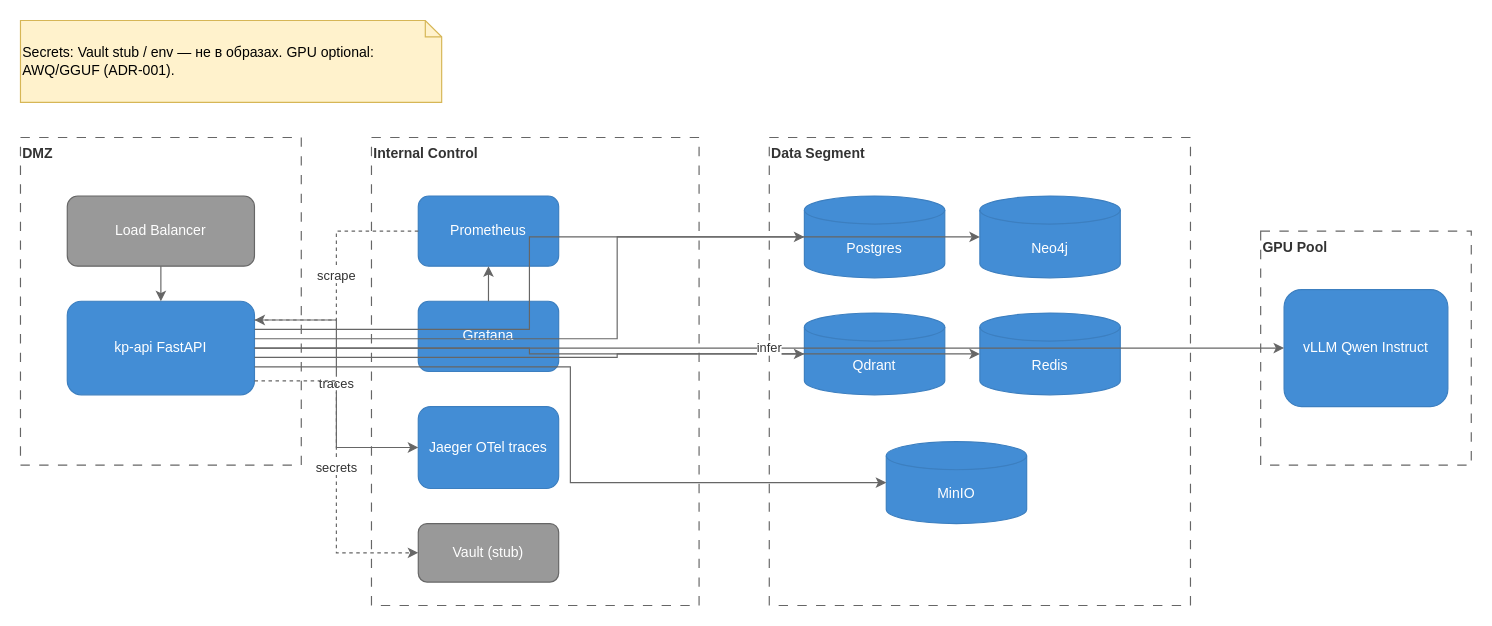
Earlier version of the draw.io diagram diagrams/deployment.drawio (YuesIt17/yuit-docs-ai-architect-platform). Source tidied: cells renumbered, new cells numbered last; positions are measured from the earlier drawing's top-left corner, leaving out a move shared by most shapes. Both pictures are drawn from the tidied source at 117%, with x=0, y=0 at pixel (20, 20).
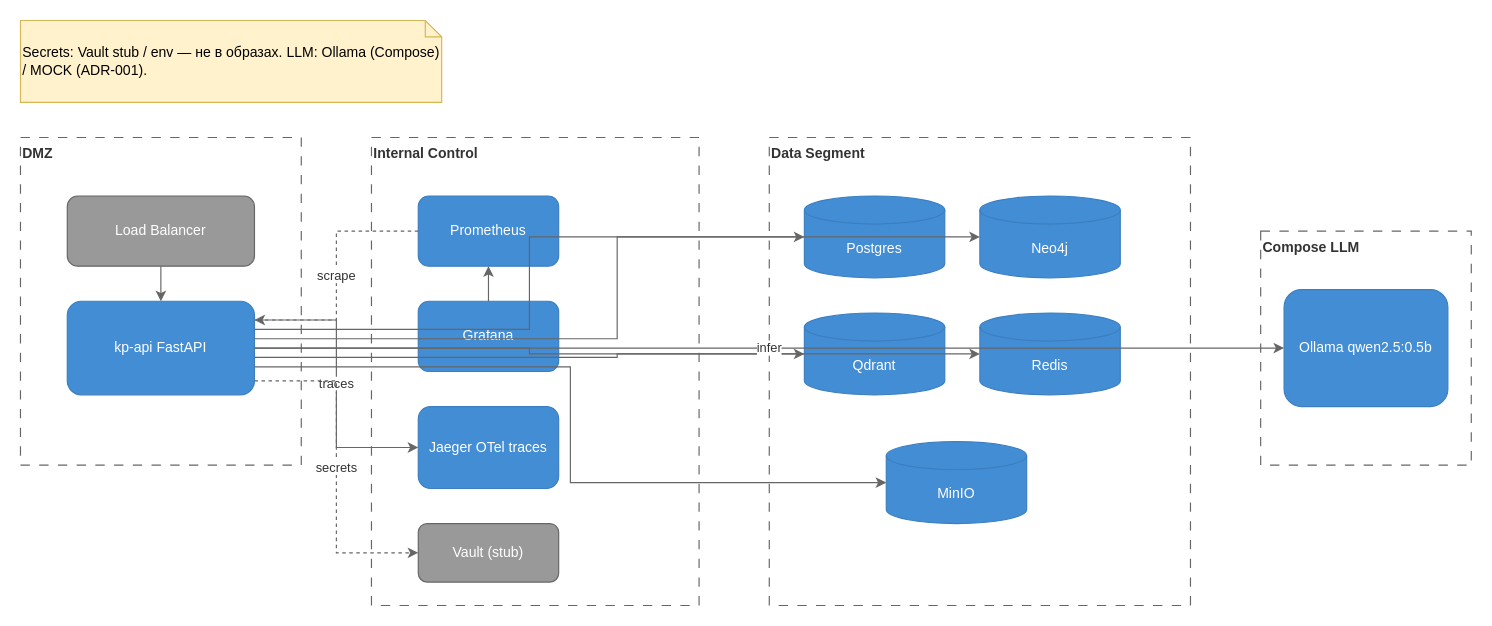
Above is the later version.

Diff of the diagram source:
```diff
@@
-    <mxCell id="2" value="Secrets: Vault stub / env — не в образах.&amp;#10;GPU optional: AWQ/GGUF (ADR-001)." style="shape=note;whiteSpace=wrap;html=1;backgroundOutline=1;fillColor=#fff2cc;strokeColor=#d6b656;size=14;align=left;" parent="1" vertex="1">
+    <mxCell id="2" value="Secrets: Vault stub / env — не в образах.&amp;#10;LLM: Ollama (Compose) / MOCK (ADR-001)." style="shape=note;whiteSpace=wrap;html=1;backgroundOutline=1;fillColor=#fff2cc;strokeColor=#d6b656;size=14;align=left;" parent="1" vertex="1">
       <mxGeometry width="360" height="70" as="geometry" />
     </mxCell>
@@
-    <mxCell id="17" value="GPU Pool" style="rounded=0;whiteSpace=wrap;html=1;dashed=1;dashPattern=8 8;fillColor=none;strokeColor=#666666;align=left;verticalAlign=top;fontStyle=1;fontColor=#333333;" parent="1" vertex="1">
+    <mxCell id="17" value="Compose LLM" style="rounded=0;whiteSpace=wrap;html=1;dashed=1;dashPattern=8 8;fillColor=none;strokeColor=#666666;align=left;verticalAlign=top;fontStyle=1;fontColor=#333333;" parent="1" vertex="1">
       <mxGeometry x="1060" y="180" width="180" height="200" as="geometry" />
     </mxCell>
-    <mxCell id="18" value="vLLM&amp;#10;Qwen Instruct" style="rounded=1;whiteSpace=wrap;html=1;fillColor=#438DD5;strokeColor=#3C7FC0;fontColor=#ffffff;align=center;" parent="17" vertex="1">
+    <mxCell id="18" value="Ollama&amp;#10;qwen2.5:0.5b" style="rounded=1;whiteSpace=wrap;html=1;fillColor=#438DD5;strokeColor=#3C7FC0;fontColor=#ffffff;align=center;" parent="17" vertex="1">
       <mxGeometry x="20" y="50" width="140" height="100" as="geometry" />
     </mxCell>
```
